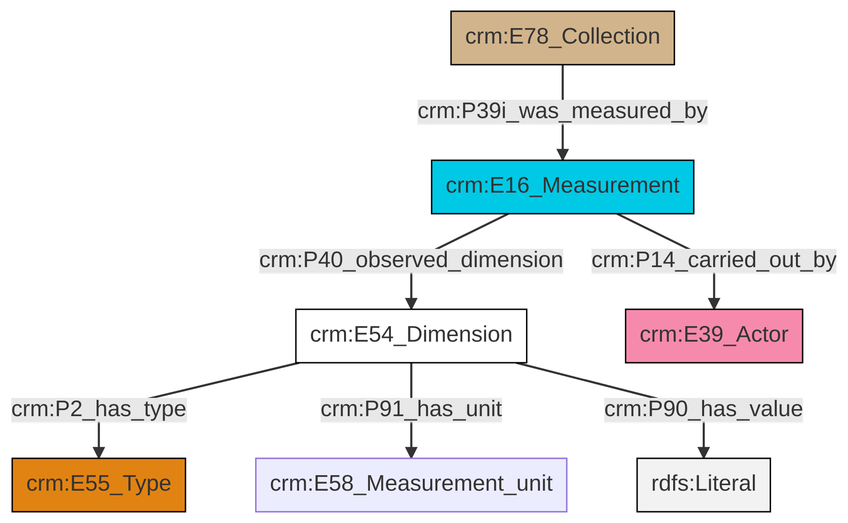
This is et/archivalCSV/ttl/mmd/png/archival_substance.png from swiss-art-research-net/docs.swissartresearch, a Mermaid export, as it was before one commit. Its source is kept beside it as et/archivalCSV/ttl/mmd/archival_substance.ttl.mmd.
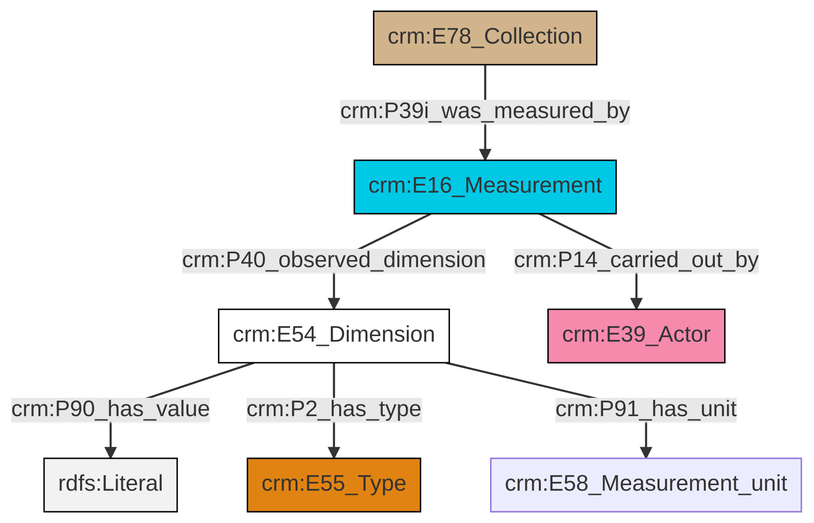
After the commit.

The edit, as a diff of the source:
```diff
@@ -13,9 +13,9 @@
 classDef PC_Classes fill:#4ce600, stroke:#000000;
 classDef Multi fill:#cccccc,stroke:#000000;
 
-2["crm:E54_Dimension"]:::CRM_Entity -->|crm:P2_has_type| 0["crm:E55_Type"]:::Type
-2["crm:E54_Dimension"]:::CRM_Entity -->|crm:P91_has_unit| 3["crm:E58_Measurement_unit"]:::Default
-4["crm:E16_Measurement"]:::Temporal_Entity -->|crm:P40_observed_dimension| 2["crm:E54_Dimension"]:::CRM_Entity
-4["crm:E16_Measurement"]:::Temporal_Entity -->|crm:P14_carried_out_by| 5["crm:E39_Actor"]:::Actor
-2["crm:E54_Dimension"]:::CRM_Entity -->|crm:P90_has_value| 8[rdfs:Literal]:::Literal
-9["crm:E78_Collection"]:::Physical_Thing -->|crm:P39i_was_measured_by| 4["crm:E16_Measurement"]:::Temporal_Entity
+0["crm:E54_Dimension"]:::CRM_Entity -->|crm:P90_has_value| 1[rdfs:Literal]:::Literal
+2["crm:E16_Measurement"]:::Temporal_Entity -->|crm:P14_carried_out_by| 3["crm:E39_Actor"]:::Actor
+0["crm:E54_Dimension"]:::CRM_Entity -->|crm:P2_has_type| 4["crm:E55_Type"]:::Type
+7["crm:E78_Collection"]:::Physical_Thing -->|crm:P39i_was_measured_by| 2["crm:E16_Measurement"]:::Temporal_Entity
+2["crm:E16_Measurement"]:::Temporal_Entity -->|crm:P40_observed_dimension| 0["crm:E54_Dimension"]:::CRM_Entity
+0["crm:E54_Dimension"]:::CRM_Entity -->|crm:P91_has_unit| 10["crm:E58_Measurement_unit"]:::Default
```
